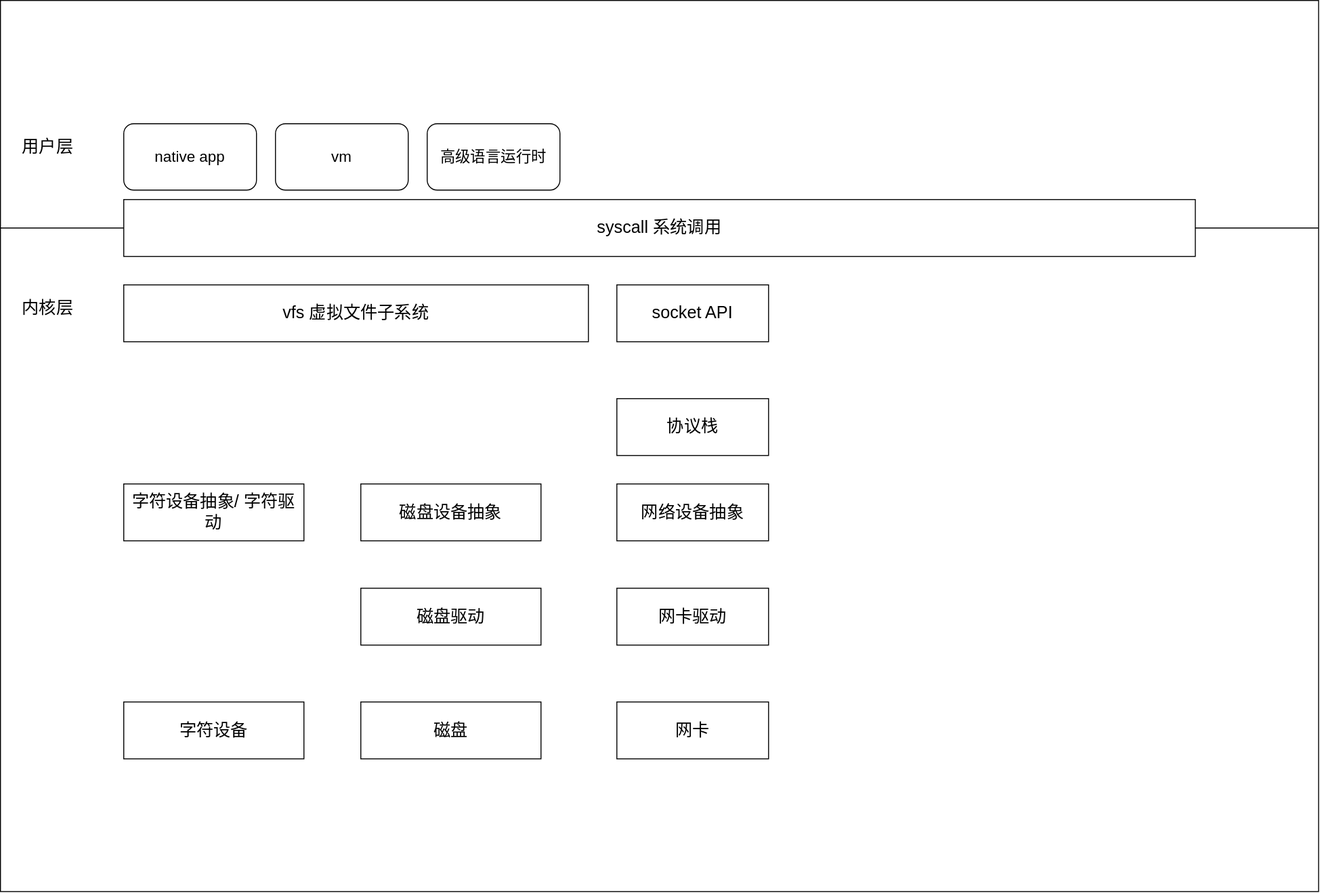
Above: src/kernel/linux/sys.dio.svg in dingiv/dingiv.github.io (draw.io), before the change. Source tidied: cells renumbered, new cells last; positions are measured from the earlier drawing's top-left corner, leaving out a move shared by most shapes.
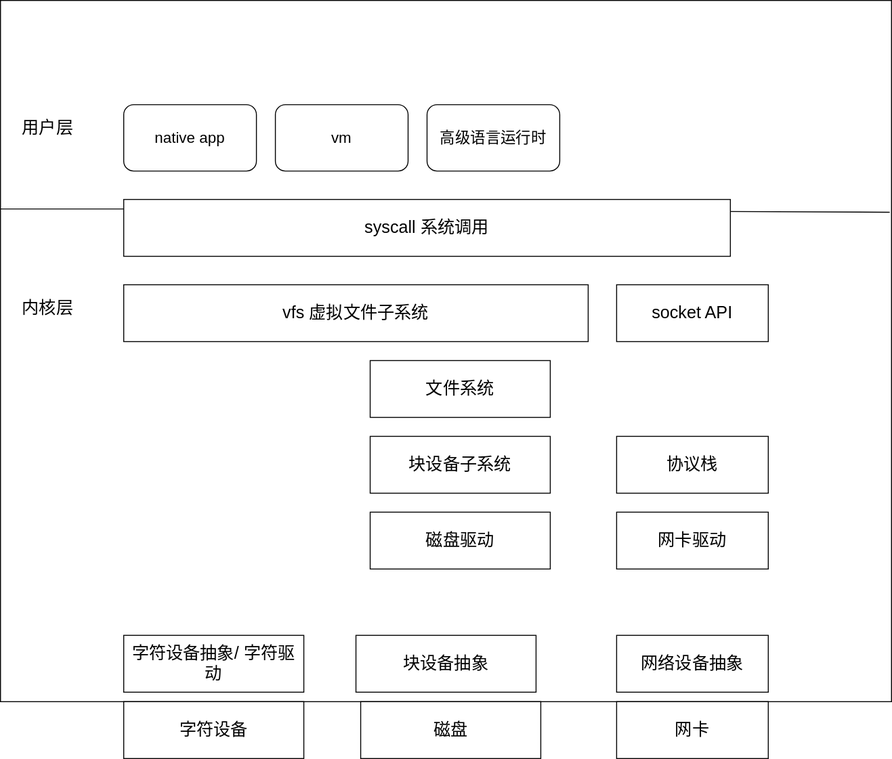
After the commit.

What changed in the source:
```diff
@@ -3,26 +3,28 @@
     <mxCell id="0" />
     <mxCell id="1" parent="0" />
     <mxCell id="2" style="rounded=0;whiteSpace=wrap;html=1;fontSize=18;" parent="1" vertex="1">
-      <mxGeometry width="1390" height="940" as="geometry" />
+      <mxGeometry width="940" height="740" as="geometry" />
     </mxCell>
-    <mxCell id="3" style="endArrow=none;html=1;entryX=1;entryY=0.5;entryDx=0;entryDy=0;exitX=0;exitY=0.5;exitDx=0;exitDy=0;fontSize=18;" parent="1" edge="1" source="7">
+    <mxCell id="3" style="endArrow=none;html=1;entryX=0.998;entryY=0.329;entryDx=0;entryDy=0;exitX=0;exitY=0.5;exitDx=0;exitDy=0;fontSize=18;entryPerimeter=0;" parent="1" edge="1">
       <mxGeometry relative="1" as="geometry">
-        <mxPoint x="1390" y="240" as="targetPoint" />
+        <mxPoint x="130" y="220" as="sourcePoint" />
+        <mxPoint x="938.1" y="223.5" as="targetPoint" />
       </mxGeometry>
     </mxCell>
     <mxCell id="4" value="用户层" style="text;html=1;align=center;verticalAlign=middle;whiteSpace=wrap;rounded=0;fontSize=18;" parent="1" vertex="1">
-      <mxGeometry x="20" y="140" width="60" height="30" as="geometry" />
+      <mxGeometry x="20" y="120" width="60" height="30" as="geometry" />
     </mxCell>
     <mxCell id="5" value="内核层" style="text;html=1;align=center;verticalAlign=middle;whiteSpace=wrap;rounded=0;fontSize=18;" parent="1" vertex="1">
       <mxGeometry x="20" y="310" width="60" height="30" as="geometry" />
     </mxCell>
-    <mxCell id="6" style="endArrow=none;html=1;entryX=1;entryY=0.5;entryDx=0;entryDy=0;exitX=0;exitY=0.5;exitDx=0;exitDy=0;fontSize=18;" parent="1" edge="1" target="7">
+    <mxCell id="6" style="endArrow=none;html=1;entryX=1;entryY=0.5;entryDx=0;entryDy=0;exitX=0;exitY=0.5;exitDx=0;exitDy=0;fontSize=18;" parent="1" edge="1">
       <mxGeometry relative="1" as="geometry">
-        <mxPoint y="240" as="sourcePoint" />
+        <mxPoint y="220" as="sourcePoint" />
+        <mxPoint x="770" y="220" as="targetPoint" />
       </mxGeometry>
     </mxCell>
     <mxCell id="7" value="&lt;font&gt;syscall 系统调用&lt;/font&gt;" style="rounded=0;whiteSpace=wrap;html=1;fontSize=18;" parent="1" vertex="1">
-      <mxGeometry x="130" y="210" width="1130" height="60" as="geometry" />
+      <mxGeometry x="130" y="210" width="640" height="60" as="geometry" />
     </mxCell>
     <mxCell id="8" value="vfs 虚拟文件子系统" style="rounded=0;whiteSpace=wrap;html=1;fontSize=18;" parent="1" vertex="1">
       <mxGeometry x="130" y="300" width="490" height="60" as="geometry" />
@@ -31,34 +33,34 @@
       <mxGeometry x="650" y="300" width="160" height="60" as="geometry" />
     </mxCell>
     <mxCell id="10" value="native app" style="rounded=1;whiteSpace=wrap;html=1;fontSize=16;" parent="1" vertex="1">
-      <mxGeometry x="130" y="130" width="140" height="70" as="geometry" />
+      <mxGeometry x="130" y="110" width="140" height="70" as="geometry" />
     </mxCell>
     <mxCell id="11" value="vm" style="rounded=1;whiteSpace=wrap;html=1;fontSize=16;" parent="1" vertex="1">
-      <mxGeometry x="290" y="130" width="140" height="70" as="geometry" />
+      <mxGeometry x="290" y="110" width="140" height="70" as="geometry" />
     </mxCell>
     <mxCell id="12" value="高级语言运行时" style="rounded=1;whiteSpace=wrap;html=1;fontSize=16;" parent="1" vertex="1">
-      <mxGeometry x="450" y="130" width="140" height="70" as="geometry" />
+      <mxGeometry x="450" y="110" width="140" height="70" as="geometry" />
     </mxCell>
     <mxCell id="13" value="字符设备抽象/&lt;span style=&quot;color: rgb(0, 0, 0);&quot;&gt;字符驱动&lt;/span&gt;" style="rounded=0;whiteSpace=wrap;html=1;fontSize=18;" parent="1" vertex="1">
-      <mxGeometry x="130" y="510" width="190" height="60" as="geometry" />
+      <mxGeometry x="130" y="670" width="190" height="60" as="geometry" />
     </mxCell>
     <mxCell id="14" value="网络设备抽象" style="rounded=0;whiteSpace=wrap;html=1;fontSize=18;" parent="1" vertex="1">
-      <mxGeometry x="650" y="510" width="160" height="60" as="geometry" />
+      <mxGeometry x="650" y="670" width="160" height="60" as="geometry" />
     </mxCell>
-    <mxCell id="15" value="磁盘设备抽象" style="rounded=0;whiteSpace=wrap;html=1;fontSize=18;" parent="1" vertex="1">
-      <mxGeometry x="380" y="510" width="190" height="60" as="geometry" />
+    <mxCell id="15" value="块设备子系统" style="rounded=0;whiteSpace=wrap;html=1;fontSize=18;" parent="1" vertex="1">
+      <mxGeometry x="390" y="460" width="190" height="60" as="geometry" />
     </mxCell>
     <mxCell id="16" value="协议栈" style="rounded=0;whiteSpace=wrap;html=1;fontSize=18;" parent="1" vertex="1">
-      <mxGeometry x="650" y="420" width="160" height="60" as="geometry" />
+      <mxGeometry x="650" y="460" width="160" height="60" as="geometry" />
     </mxCell>
     <mxCell id="17" value="磁盘驱动" style="rounded=0;whiteSpace=wrap;html=1;fontSize=18;" parent="1" vertex="1">
-      <mxGeometry x="380" y="620" width="190" height="60" as="geometry" />
+      <mxGeometry x="390" y="540" width="190" height="60" as="geometry" />
     </mxCell>
     <mxCell id="18" value="磁盘" style="rounded=0;whiteSpace=wrap;html=1;fontSize=18;" parent="1" vertex="1">
       <mxGeometry x="380" y="740" width="190" height="60" as="geometry" />
     </mxCell>
     <mxCell id="19" value="网卡驱动" style="rounded=0;whiteSpace=wrap;html=1;fontSize=18;" parent="1" vertex="1">
-      <mxGeometry x="650" y="620" width="160" height="60" as="geometry" />
+      <mxGeometry x="650" y="540" width="160" height="60" as="geometry" />
     </mxCell>
     <mxCell id="20" value="网卡" style="rounded=0;whiteSpace=wrap;html=1;fontSize=18;" parent="1" vertex="1">
       <mxGeometry x="650" y="740" width="160" height="60" as="geometry" />
@@ -66,5 +68,11 @@
     <mxCell id="21" value="字符设备" style="rounded=0;whiteSpace=wrap;html=1;fontSize=18;" parent="1" vertex="1">
       <mxGeometry x="130" y="740" width="190" height="60" as="geometry" />
     </mxCell>
+    <mxCell id="22" value="块设备抽象" style="rounded=0;whiteSpace=wrap;html=1;fontSize=18;" parent="1" vertex="1">
+      <mxGeometry x="375" y="670" width="190" height="60" as="geometry" />
+    </mxCell>
+    <mxCell id="23" value="文件系统" style="rounded=0;whiteSpace=wrap;html=1;fontSize=18;" parent="1" vertex="1">
+      <mxGeometry x="390" y="380" width="190" height="60" as="geometry" />
+    </mxCell>
   </root>
 </mxGraphModel>
```
